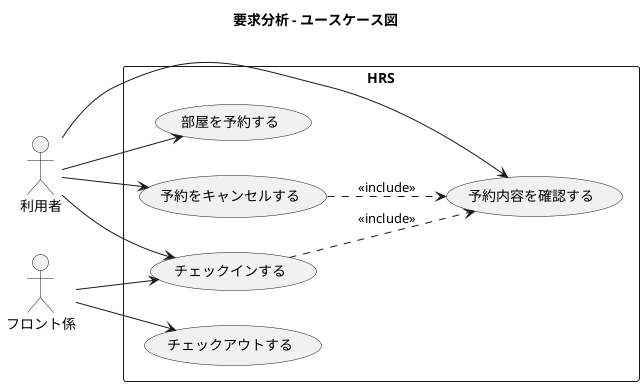
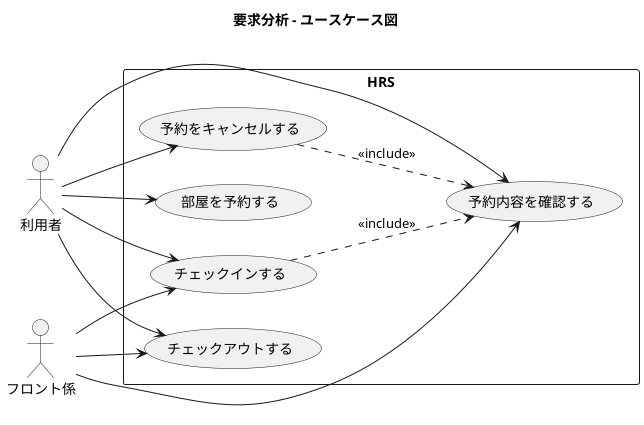
@startuml usecase_diagram
title 要求分析 - ユースケース図

left to right direction

actor "利用者" as Guest
actor "フロント係" as Staff

rectangle HRS {
  usecase "部屋を予約する" as UC1
  usecase "予約内容を確認する" as UC4
  usecase "予約をキャンセルする" as UC5
  usecase "チェックインする" as UC2
  usecase "チェックアウトする" as UC3
}

Guest --> UC1
Guest --> UC4
Guest --> UC5
Guest --> UC2
+ Guest --> UC3
Staff --> UC2
Staff --> UC3
+ Staff --> UC4

UC5 ..> UC4 : <<include>>
UC2 ..> UC4 : <<include>>

@enduml
